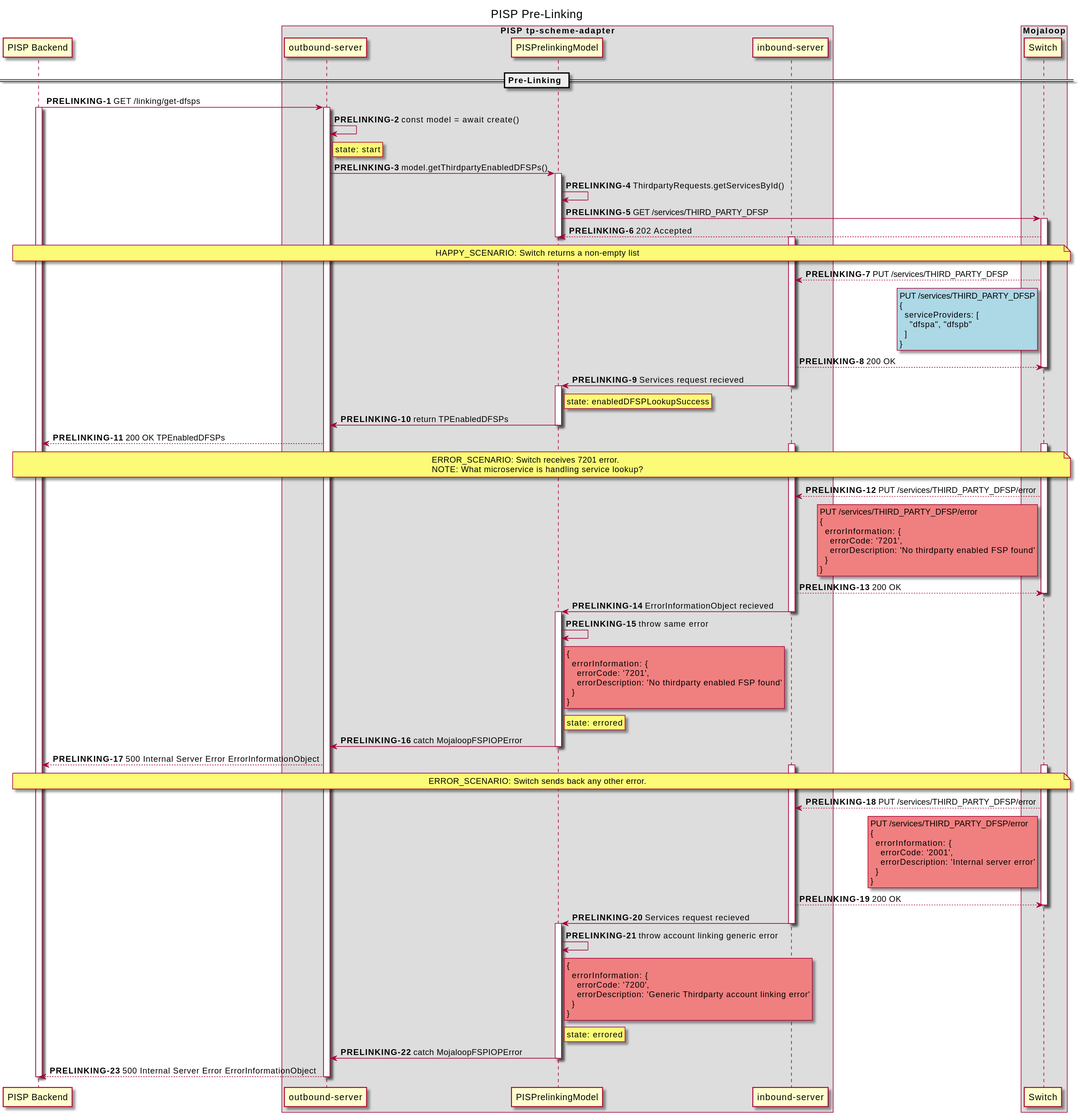
Before: out/docs/sequence/PISPPreLinkingApi/PISP Pre-Linking.svg, a diagram exported from PlantUML (mojaloop/thirdparty-sdk). Source of this version:
```plantuml
@startuml

title PISP Pre-Linking

participant "PISP Backend" as PISP
box "PISP tp-scheme-adapter"
  participant "outbound-server" as PISP_TP_OUT
  participant "PISPrelinkingModel" as PISP_PLM
  participant "inbound-server" as PISP_TP_IN
end box
box "Mojaloop"
    participant Switch
end box

== Pre-Linking ==
autonumber 1 "<b>PRELINKING-#</b>"

PISP -> PISP_TP_OUT: GET /linking/get-dfsps

activate PISP
activate PISP_TP_OUT

PISP_TP_OUT -> PISP_TP_OUT: const model = await create()
rnote right of PISP_TP_OUT: state: start
PISP_TP_OUT -> PISP_PLM: model.getThirdpartyEnabledDFSPs()

activate PISP_PLM

PISP_PLM -> PISP_PLM: ThirdpartyRequests.getServicesById()
PISP_PLM -> Switch: GET /services/THIRD_PARTY_DFSP

activate Switch
Switch --> PISP_PLM: 202 Accepted
deactivate PISP_PLM

note over PISP, Switch
  HAPPY_SCENARIO: Switch returns a non-empty list
end note

activate PISP_TP_IN

Switch --> PISP_TP_IN: PUT /services/THIRD_PARTY_DFSP
rnote left of Switch #LightBlue
PUT /services/THIRD_PARTY_DFSP
{
  serviceProviders: [
    "dfspa", "dfspb"
  ]
}
end note
PISP_TP_IN --> Switch: 200 OK

deactivate Switch

PISP_TP_IN -> PISP_PLM: Services request recieved

deactivate PISP_TP_IN
activate PISP_PLM

rnote right of PISP_PLM: state: enabledDFSPLookupSuccess
PISP_PLM -> PISP_TP_OUT: return TPEnabledDFSPs

deactivate PISP_PLM

PISP_TP_OUT --> PISP: 200 OK TPEnabledDFSPs

note over PISP, Switch
  ERROR_SCENARIO: Switch receives 7201 error.
  NOTE: What microservice is handling service lookup?
end note

activate PISP_TP_IN
activate Switch

Switch --> PISP_TP_IN: PUT /services/THIRD_PARTY_DFSP/error
rnote left of Switch #LightCoral
PUT /services/THIRD_PARTY_DFSP/error
{
  errorInformation: {
    errorCode: '7201',
    errorDescription: 'No thirdparty enabled FSP found'
  }
}
end note
PISP_TP_IN --> Switch: 200 OK

deactivate Switch

PISP_TP_IN -> PISP_PLM: ErrorInformationObject recieved

deactivate PISP_TP_IN
activate PISP_PLM

PISP_PLM -> PISP_PLM: throw same error
rnote right of PISP_PLM #LightCoral
{
  errorInformation: {
    errorCode: '7201',
    errorDescription: 'No thirdparty enabled FSP found'
  }
}
end note
rnote right of PISP_PLM: state: errored
PISP_PLM -> PISP_TP_OUT: catch MojaloopFSPIOPError

deactivate PISP_PLM

PISP_TP_OUT --> PISP: 500 Internal Server Error ErrorInformationObject


note over PISP, Switch
  ERROR_SCENARIO: Switch sends back any other error.
end note

activate PISP_TP_IN
activate Switch
Switch --> PISP_TP_IN: PUT /services/THIRD_PARTY_DFSP/error
rnote left of Switch #LightCoral
PUT /services/THIRD_PARTY_DFSP/error
{
  errorInformation: {
    errorCode: '2001',
    errorDescription: 'Internal server error'
  }
}
end note
PISP_TP_IN --> Switch: 200 OK

deactivate Switch

PISP_TP_IN -> PISP_PLM: Services request recieved

deactivate PISP_TP_IN
activate PISP_PLM

PISP_PLM -> PISP_PLM: throw account linking generic error
rnote right of PISP_PLM #LightCoral
{
  errorInformation: {
    errorCode: '7200',
    errorDescription: 'Generic Thirdparty account linking error'
  }
}
end note
rnote right of PISP_PLM: state: errored
PISP_PLM -> PISP_TP_OUT: catch MojaloopFSPIOPError

deactivate PISP_PLM

PISP_TP_OUT --> PISP: 500 Internal Server Error ErrorInformationObject

deactivate PISP_TP_OUT
deactivate PISP

@enduml
```
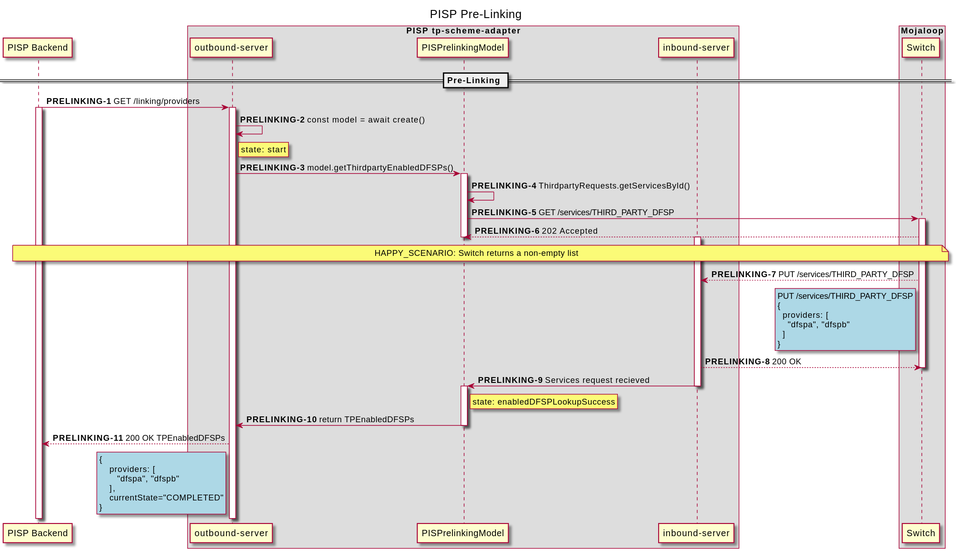
Above is the later version.

What changed in the source:
```diff
@@ -15,7 +15,7 @@
 == Pre-Linking ==
 autonumber 1 "<b>PRELINKING-#</b>"
 
-PISP -> PISP_TP_OUT: GET /linking/get-dfsps
+PISP -> PISP_TP_OUT: GET /linking/providers
 
 activate PISP
 activate PISP_TP_OUT
@@ -43,7 +43,7 @@
 rnote left of Switch #LightBlue
 PUT /services/THIRD_PARTY_DFSP
 {
-  serviceProviders: [
+  providers: [
     "dfspa", "dfspb"
   ]
 }
@@ -63,93 +63,13 @@
 deactivate PISP_PLM
 
 PISP_TP_OUT --> PISP: 200 OK TPEnabledDFSPs
-
-note over PISP, Switch
-  ERROR_SCENARIO: Switch receives 7201 error.
-  NOTE: What microservice is handling service lookup?
+rnote left of PISP_TP_OUT #LightBlue
+{
+    providers: [
+       "dfspa", "dfspb"
+    ],
+    currentState="COMPLETED"
+}
 end note
 
-activate PISP_TP_IN
-activate Switch
-
-Switch --> PISP_TP_IN: PUT /services/THIRD_PARTY_DFSP/error
-rnote left of Switch #LightCoral
-PUT /services/THIRD_PARTY_DFSP/error
-{
-  errorInformation: {
-    errorCode: '7201',
-    errorDescription: 'No thirdparty enabled FSP found'
-  }
-}
-end note
-PISP_TP_IN --> Switch: 200 OK
-
-deactivate Switch
-
-PISP_TP_IN -> PISP_PLM: ErrorInformationObject recieved
-
-deactivate PISP_TP_IN
-activate PISP_PLM
-
-PISP_PLM -> PISP_PLM: throw same error
-rnote right of PISP_PLM #LightCoral
-{
-  errorInformation: {
-    errorCode: '7201',
-    errorDescription: 'No thirdparty enabled FSP found'
-  }
-}
-end note
-rnote right of PISP_PLM: state: errored
-PISP_PLM -> PISP_TP_OUT: catch MojaloopFSPIOPError
-
-deactivate PISP_PLM
-
-PISP_TP_OUT --> PISP: 500 Internal Server Error ErrorInformationObject
-
-
-note over PISP, Switch
-  ERROR_SCENARIO: Switch sends back any other error.
-end note
-
-activate PISP_TP_IN
-activate Switch
-Switch --> PISP_TP_IN: PUT /services/THIRD_PARTY_DFSP/error
-rnote left of Switch #LightCoral
-PUT /services/THIRD_PARTY_DFSP/error
-{
-  errorInformation: {
-    errorCode: '2001',
-    errorDescription: 'Internal server error'
-  }
-}
-end note
-PISP_TP_IN --> Switch: 200 OK
-
-deactivate Switch
-
-PISP_TP_IN -> PISP_PLM: Services request recieved
-
-deactivate PISP_TP_IN
-activate PISP_PLM
-
-PISP_PLM -> PISP_PLM: throw account linking generic error
-rnote right of PISP_PLM #LightCoral
-{
-  errorInformation: {
-    errorCode: '7200',
-    errorDescription: 'Generic Thirdparty account linking error'
-  }
-}
-end note
-rnote right of PISP_PLM: state: errored
-PISP_PLM -> PISP_TP_OUT: catch MojaloopFSPIOPError
-
-deactivate PISP_PLM
-
-PISP_TP_OUT --> PISP: 500 Internal Server Error ErrorInformationObject
-
-deactivate PISP_TP_OUT
-deactivate PISP
-
 @enduml
```
